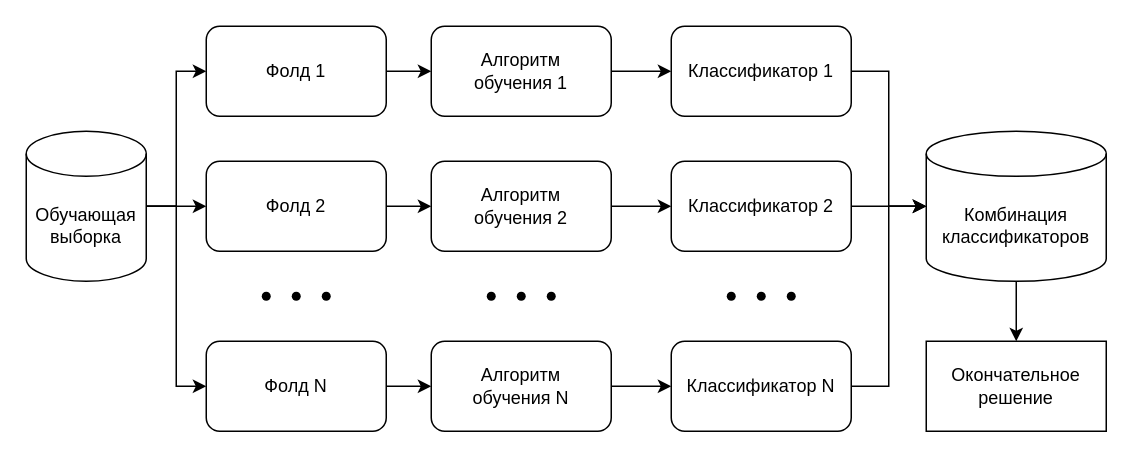
Above: page "bagging" (10 of 14) of docs/drawio/research-schemas.drawio in migregal/bmstu-iu7-thesis (draw.io), before the change. Source tidied: cells renumbered, new cells numbered last; positions are measured from the earlier drawing's top-left corner, leaving out a move shared by most shapes. Both pictures are drawn from the tidied source at 150%, with x=0, y=0 at pixel (26, 26).
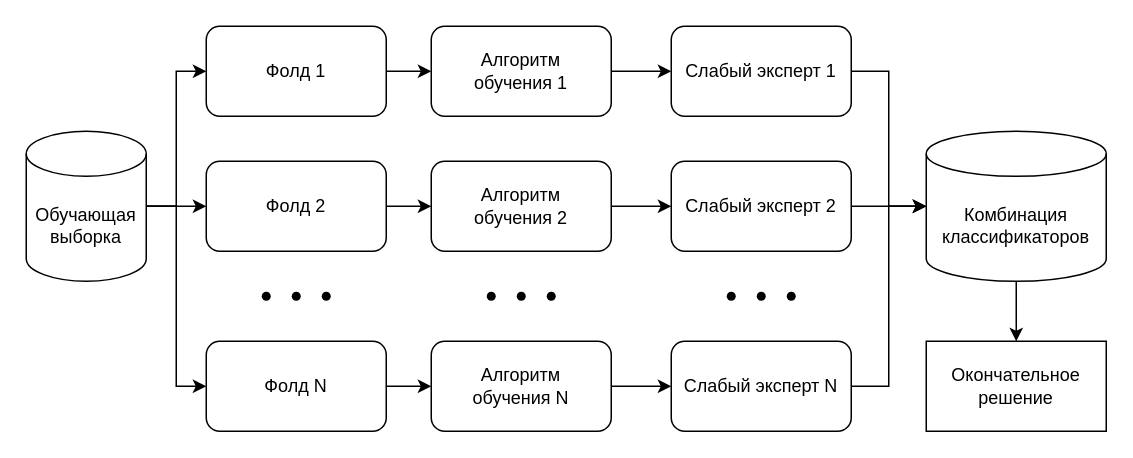
The same page after the edit.

The edit, as a diff of the source:
```diff
@@
-    <mxCell id="11" value="Классификатор 1" style="rounded=1;whiteSpace=wrap;html=1;" parent="1" vertex="1">
+    <mxCell id="11" value="Слабый эксперт 1" style="rounded=1;whiteSpace=wrap;html=1;" parent="1" vertex="1">
       <mxGeometry x="430" width="120" height="60" as="geometry" />
     </mxCell>
@@
-    <mxCell id="17" value="Классификатор 2" style="rounded=1;whiteSpace=wrap;html=1;" parent="1" vertex="1">
+    <mxCell id="17" value="Слабый эксперт&amp;nbsp;2" style="rounded=1;whiteSpace=wrap;html=1;" parent="1" vertex="1">
       <mxGeometry x="430" y="90" width="120" height="60" as="geometry" />
     </mxCell>
@@
-    <mxCell id="26" value="Классификатор N" style="rounded=1;whiteSpace=wrap;html=1;" parent="1" vertex="1">
+    <mxCell id="26" value="Слабый эксперт&amp;nbsp;N" style="rounded=1;whiteSpace=wrap;html=1;" parent="1" vertex="1">
       <mxGeometry x="430" y="210" width="120" height="60" as="geometry" />
     </mxCell>
```
